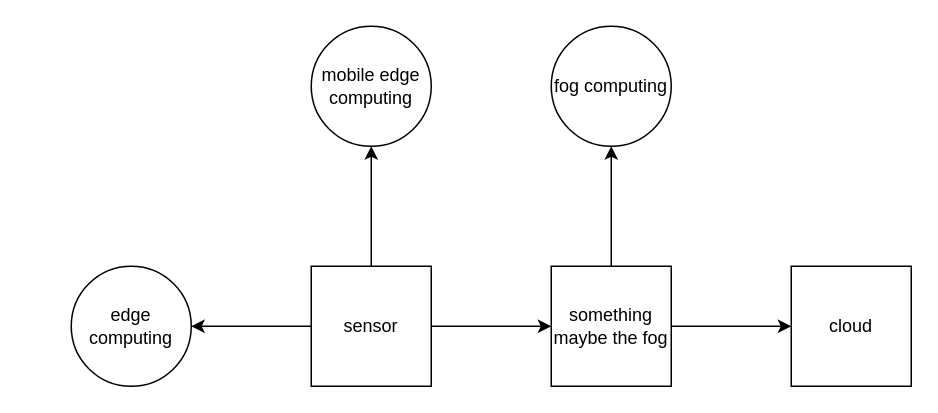
arnav156513/hello-world keeps this draw.io diagram as 377_Group_Project.drawio. Above is the earlier version. Source tidied: cells renumbered, new cells numbered last; positions are measured from the earlier drawing's top-left corner, leaving out a move shared by most shapes. Both pictures are drawn from the tidied source at 150%, with x=0, y=0 at pixel (70, 26).
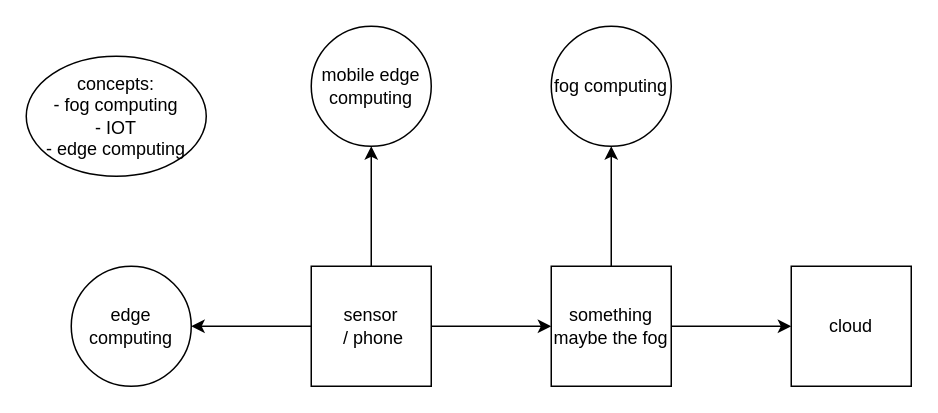
The same diagram, later.

What changed in the source:
```diff
@@
 <mxGraphModel>
   <root>
     <mxCell id="0" />
     <mxCell id="1" parent="0" />
     <mxCell id="2" style="edgeStyle=orthogonalEdgeStyle;rounded=0;jettySize=auto;html=1;" parent="1" edge="1" source="5" target="8">
       <mxGeometry relative="1" as="geometry" />
     </mxCell>
     <mxCell id="3" style="edgeStyle=orthogonalEdgeStyle;rounded=0;jettySize=auto;html=1;" parent="1" edge="1" source="5" target="10">
       <mxGeometry relative="1" as="geometry" />
     </mxCell>
     <mxCell id="4" style="edgeStyle=orthogonalEdgeStyle;rounded=0;jettySize=auto;html=1;" parent="1" edge="1" source="5" target="11">
       <mxGeometry relative="1" as="geometry" />
     </mxCell>
-    <mxCell id="5" value="&lt;div&gt;sensor&lt;/div&gt;" style="whiteSpace=wrap;html=1;" parent="1" vertex="1">
+    <mxCell id="5" value="&lt;div&gt;sensor&lt;/div&gt;&amp;nbsp;/ phone" style="whiteSpace=wrap;html=1;" parent="1" vertex="1">
       <mxGeometry x="160" y="160" width="80" height="80" as="geometry" />
     </mxCell>
     <mxCell id="6" style="edgeStyle=orthogonalEdgeStyle;rounded=0;jettySize=auto;html=1;" parent="1" edge="1" source="8" target="9">
       <mxGeometry relative="1" as="geometry" />
     </mxCell>
     <mxCell id="7" style="edgeStyle=orthogonalEdgeStyle;rounded=0;jettySize=auto;html=1;" parent="1" edge="1" source="8" target="12">
       <mxGeometry relative="1" as="geometry" />
     </mxCell>
     <mxCell id="8" value="something maybe the fog" style="whiteSpace=wrap;html=1;" parent="1" vertex="1">
       <mxGeometry x="320" y="160" width="80" height="80" as="geometry" />
     </mxCell>
     <mxCell id="9" value="&lt;div&gt;cloud&lt;/div&gt;" style="whiteSpace=wrap;html=1;" parent="1" vertex="1">
       <mxGeometry x="480" y="160" width="80" height="80" as="geometry" />
     </mxCell>
     <mxCell id="10" value="mobile edge computing" style="ellipse;whiteSpace=wrap;html=1;" parent="1" vertex="1">
       <mxGeometry x="160" width="80" height="80" as="geometry" />
     </mxCell>
     <mxCell id="11" value="edge computing" style="ellipse;whiteSpace=wrap;html=1;" parent="1" vertex="1">
       <mxGeometry y="160" width="80" height="80" as="geometry" />
     </mxCell>
     <mxCell id="12" value="&lt;div&gt;fog computing&lt;/div&gt;" style="ellipse;whiteSpace=wrap;html=1;" parent="1" vertex="1">
       <mxGeometry x="320" width="80" height="80" as="geometry" />
     </mxCell>
+    <mxCell id="13" value="&lt;div&gt;concepts:&lt;/div&gt;&lt;div&gt;- fog computing&lt;/div&gt;&lt;div&gt;- IOT&lt;/div&gt;&lt;div&gt;- edge computing&lt;br&gt;&lt;/div&gt;" style="ellipse;whiteSpace=wrap;html=1;" parent="1" vertex="1">
+      <mxGeometry x="-30" y="20" width="120" height="80" as="geometry" />
+    </mxCell>
   </root>
 </mxGraphModel>
```
